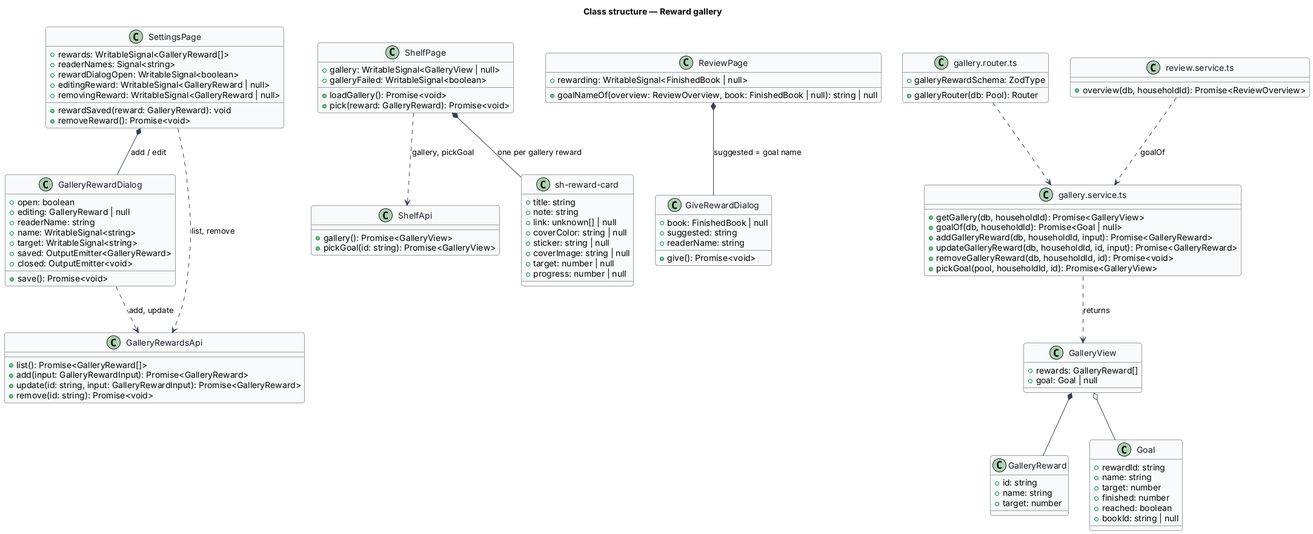
QuinntyneBrown/shelfie keeps this PlantUML diagram as docs/detailed-designs/review/reward-gallery/diagrams/class-structure.png. Above is the earlier version.
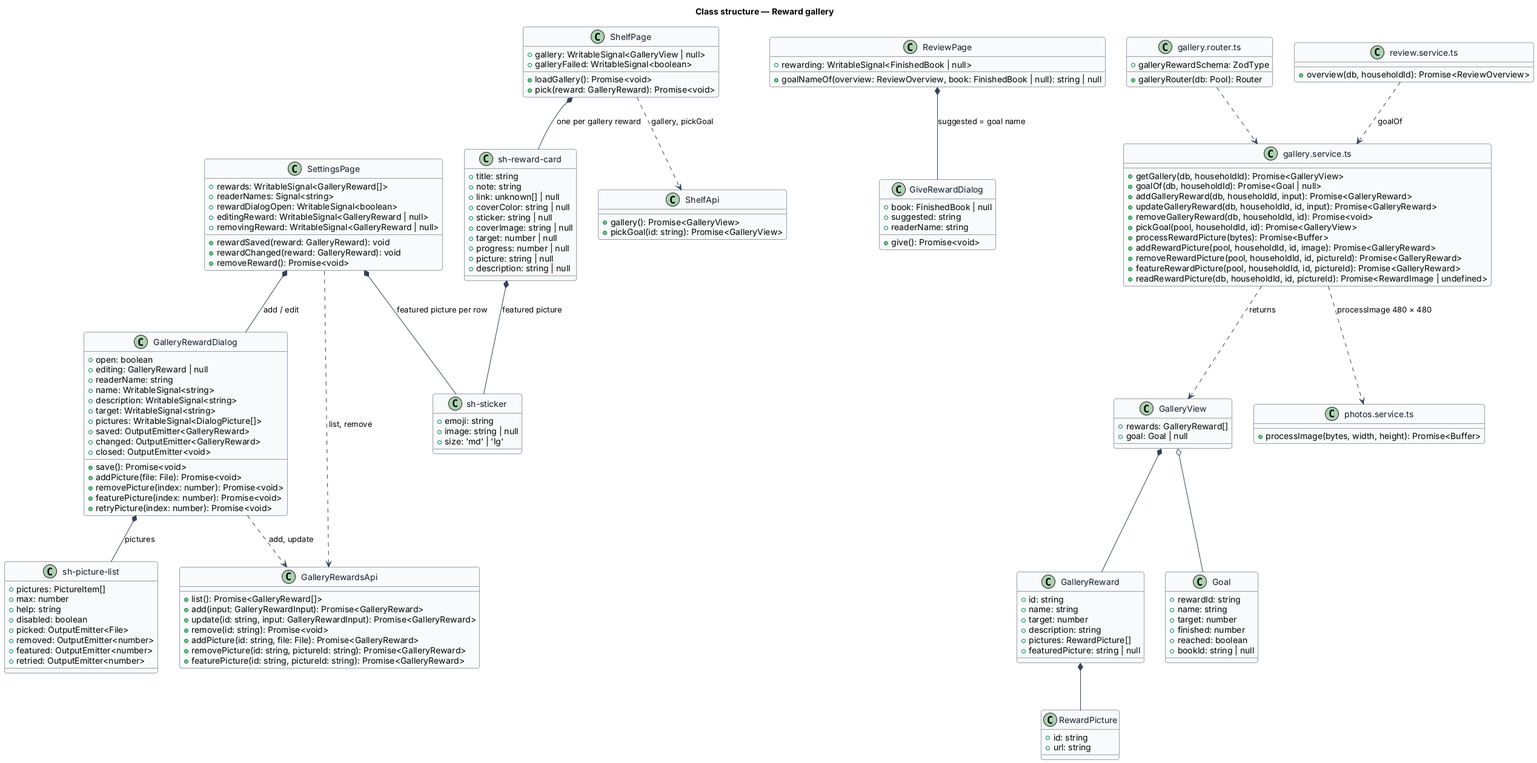
The same diagram one commit later.

Commit message:
Design reward descriptions and pictures: migration 006, picture routes, components, diagrams and ADR-0010

What changed in the source:
```diff
@@ -18,6 +18,7 @@
   +editingReward: WritableSignal<GalleryReward | null>
   +removingReward: WritableSignal<GalleryReward | null>
   +rewardSaved(reward: GalleryReward): void
+  +rewardChanged(reward: GalleryReward): void
   +removeReward(): Promise<void>
 }
 
@@ -26,10 +27,34 @@
   +editing: GalleryReward | null
   +readerName: string
   +name: WritableSignal<string>
+  +description: WritableSignal<string>
   +target: WritableSignal<string>
+  +pictures: WritableSignal<DialogPicture[]>
   +saved: OutputEmitter<GalleryReward>
+  +changed: OutputEmitter<GalleryReward>
   +closed: OutputEmitter<void>
   +save(): Promise<void>
+  +addPicture(file: File): Promise<void>
+  +removePicture(index: number): Promise<void>
+  +featurePicture(index: number): Promise<void>
+  +retryPicture(index: number): Promise<void>
+}
+
+class "sh-picture-list" as PictureList {
+  +pictures: PictureItem[]
+  +max: number
+  +help: string
+  +disabled: boolean
+  +picked: OutputEmitter<File>
+  +removed: OutputEmitter<number>
+  +featured: OutputEmitter<number>
+  +retried: OutputEmitter<number>
+}
+
+class "sh-sticker" as Sticker {
+  +emoji: string
+  +image: string | null
+  +size: 'md' | 'lg'
 }
 
 class GalleryRewardsApi {
@@ -37,6 +62,9 @@
   +add(input: GalleryRewardInput): Promise<GalleryReward>
   +update(id: string, input: GalleryRewardInput): Promise<GalleryReward>
   +remove(id: string): Promise<void>
+  +addPicture(id: string, file: File): Promise<GalleryReward>
+  +removePicture(id: string, pictureId: string): Promise<GalleryReward>
+  +featurePicture(id: string, pictureId: string): Promise<GalleryReward>
 }
 
 class ShelfPage {
@@ -72,6 +100,8 @@
   +coverImage: string | null
   +target: number | null
   +progress: number | null
+  +picture: string | null
+  +description: string | null
 }
 
 class GalleryView {
@@ -83,6 +113,14 @@
   +id: string
   +name: string
   +target: number
+  +description: string
+  +pictures: RewardPicture[]
+  +featuredPicture: string | null
+}
+
+class RewardPicture {
+  +id: string
+  +url: string
 }
 
 class Goal {
@@ -106,6 +144,15 @@
   +updateGalleryReward(db, householdId, id, input): Promise<GalleryReward>
   +removeGalleryReward(db, householdId, id): Promise<void>
   +pickGoal(pool, householdId, id): Promise<GalleryView>
+  +processRewardPicture(bytes): Promise<Buffer>
+  +addRewardPicture(pool, householdId, id, image): Promise<GalleryReward>
+  +removeRewardPicture(pool, householdId, id, pictureId): Promise<GalleryReward>
+  +featureRewardPicture(pool, householdId, id, pictureId): Promise<GalleryReward>
+  +readRewardPicture(db, householdId, id, pictureId): Promise<RewardImage | undefined>
+}
+
+class "photos.service.ts" as Photos {
+  +processImage(bytes, width, height): Promise<Buffer>
 }
 
 class "review.service.ts" as ReviewService {
@@ -121,6 +168,11 @@
 GalleryView *-- GalleryReward
 GalleryView o-- Goal
 Router ..> Service
+Service ..> Photos : processImage 480 × 480
+GalleryRewardDialog *-- PictureList : pictures
+SettingsPage *-- Sticker : featured picture per row
+RewardCard *-- Sticker : featured picture
+GalleryReward *-- RewardPicture
 ReviewService ..> Service : goalOf
 Service ..> GalleryView : returns
 @enduml
```
